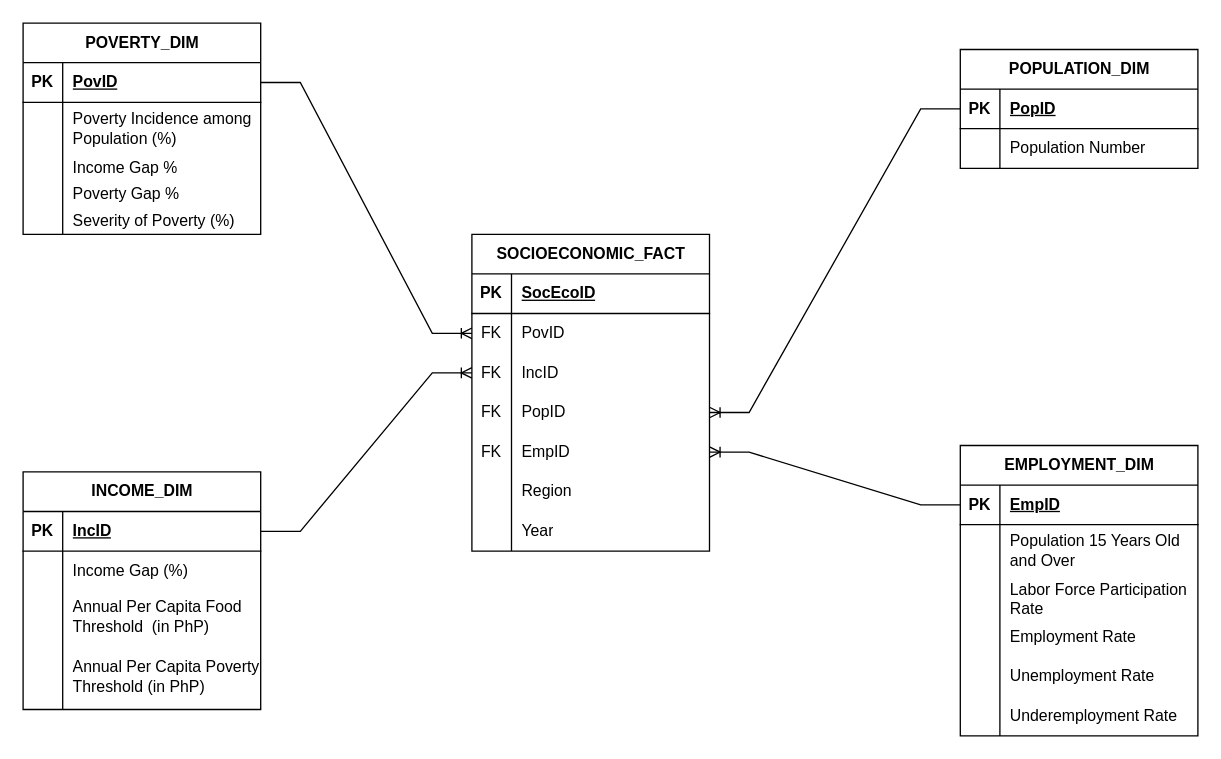
Above: page "DIM&FACT" (4 of 4) of DECapstone diagrams.drawio in vinsanity2022/SPARTACapstone (draw.io), before the change. Source tidied: cells renumbered, new cells numbered last; positions are measured from the earlier drawing's top-left corner, leaving out a move shared by most shapes. Both pictures are drawn from the tidied source at 132%, with x=0, y=0 at pixel (22, 22).
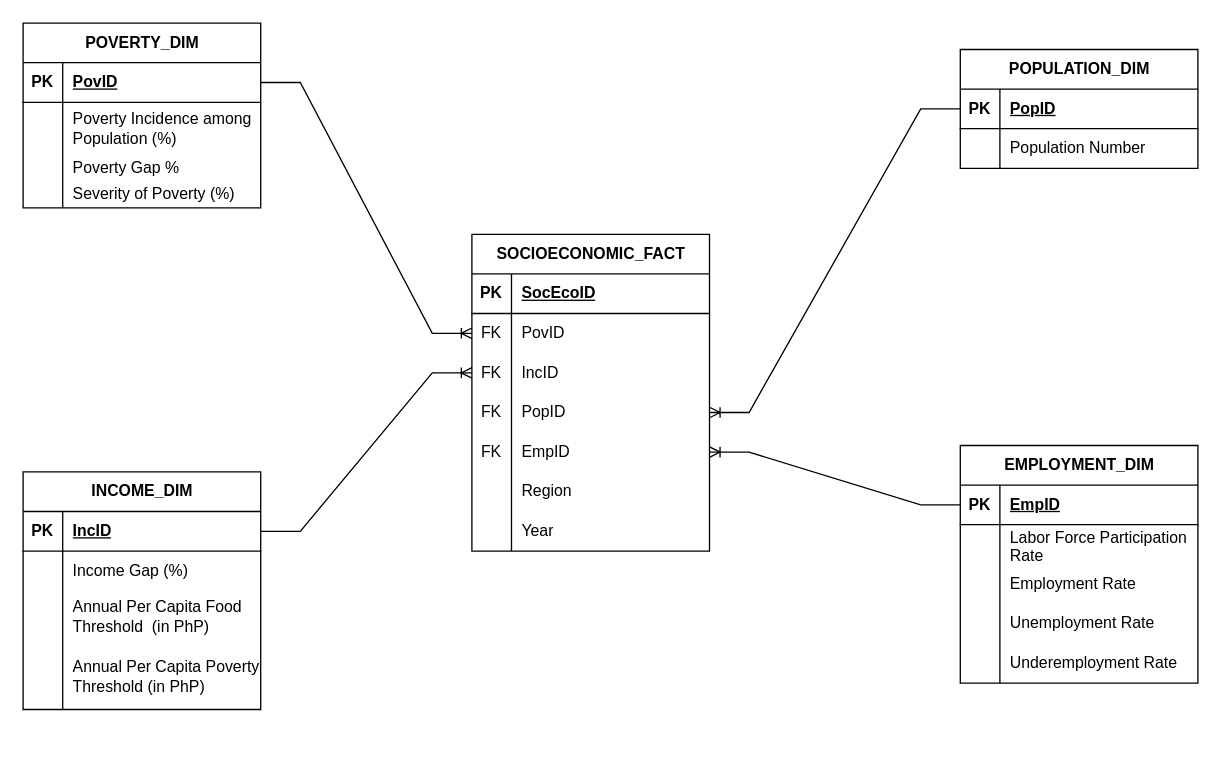
After the change.

Change to the diagram source:
```diff
@@
     <mxCell id="2" value="POVERTY_DIM" style="shape=table;startSize=30;childLayout=tableLayout;rowLines=0;fontStyle=1;align=center;html=1;" parent="1" vertex="1">
-      <mxGeometry width="180" height="160" as="geometry" />
+      <mxGeometry width="180" height="140" as="geometry" />
     </mxCell>
@@
-    <mxCell id="9" style="shape=tableRow;horizontal=0;startSize=0;swimlaneHead=0;swimlaneBody=0;fillColor=none;top=0;left=0;right=0;bottom=0;" parent="2" vertex="1">
-      <mxGeometry y="100" width="180" height="20" as="geometry" />
-    </mxCell>
-    <mxCell id="10" style="shape=partialRectangle;fillColor=none;top=0;left=0;bottom=0;right=0;overflow=hidden;whiteSpace=wrap;html=1;" parent="9" vertex="1">
-      <mxGeometry width="30" height="20" as="geometry" />
-    </mxCell>
-    <mxCell id="11" value="Income Gap %" style="shape=partialRectangle;fillColor=none;top=0;left=0;bottom=0;right=0;align=left;spacingLeft=6;overflow=hidden;whiteSpace=wrap;html=1;" parent="9" vertex="1">
-      <mxGeometry x="30" width="150" height="20" as="geometry" />
-    </mxCell>
     <mxCell id="12" style="shape=tableRow;horizontal=0;startSize=0;swimlaneHead=0;swimlaneBody=0;fillColor=none;top=0;left=0;right=0;bottom=0;" parent="2" vertex="1">
-      <mxGeometry y="120" width="180" height="20" as="geometry" />
+      <mxGeometry y="100" width="180" height="20" as="geometry" />
     </mxCell>
@@
     <mxCell id="15" style="shape=tableRow;horizontal=0;startSize=0;swimlaneHead=0;swimlaneBody=0;fillColor=none;top=0;left=0;right=0;bottom=0;" parent="2" vertex="1">
-      <mxGeometry y="140" width="180" height="20" as="geometry" />
+      <mxGeometry y="120" width="180" height="20" as="geometry" />
     </mxCell>
@@
     <mxCell id="31" value="EMPLOYMENT_DIM" style="shape=table;startSize=30;childLayout=tableLayout;rowLines=0;fontStyle=1;align=center;html=1;" parent="1" vertex="1">
-      <mxGeometry x="710" y="320" width="180" height="220" as="geometry" />
+      <mxGeometry x="710" y="320" width="180" height="180" as="geometry" />
     </mxCell>
@@
-    <mxCell id="35" style="shape=tableRow;horizontal=0;startSize=0;swimlaneHead=0;swimlaneBody=0;fillColor=none;top=0;left=0;right=0;bottom=0;" parent="31" vertex="1">
-      <mxGeometry y="60" width="180" height="40" as="geometry" />
-    </mxCell>
-    <mxCell id="36" style="shape=partialRectangle;fillColor=none;top=0;left=0;bottom=0;right=0;overflow=hidden;whiteSpace=wrap;html=1;" parent="35" vertex="1">
-      <mxGeometry width="30" height="40" as="geometry" />
-    </mxCell>
-    <mxCell id="37" value="Population 15 Years Old and Over&amp;nbsp; &amp;nbsp; &amp;nbsp; &amp;nbsp; &amp;nbsp;" style="shape=partialRectangle;fillColor=none;top=0;left=0;bottom=0;right=0;align=left;spacingLeft=6;overflow=hidden;whiteSpace=wrap;html=1;" parent="35" vertex="1">
-      <mxGeometry x="30" width="150" height="40" as="geometry" />
-    </mxCell>
     <mxCell id="38" style="shape=tableRow;horizontal=0;startSize=0;swimlaneHead=0;swimlaneBody=0;fillColor=none;top=0;left=0;right=0;bottom=0;" parent="31" vertex="1">
-      <mxGeometry y="100" width="180" height="30" as="geometry" />
+      <mxGeometry y="60" width="180" height="30" as="geometry" />
     </mxCell>
@@
     <mxCell id="41" style="shape=tableRow;horizontal=0;startSize=0;swimlaneHead=0;swimlaneBody=0;fillColor=none;top=0;left=0;right=0;bottom=0;" parent="31" vertex="1">
-      <mxGeometry y="130" width="180" height="30" as="geometry" />
+      <mxGeometry y="90" width="180" height="30" as="geometry" />
     </mxCell>
@@
     <mxCell id="44" style="shape=tableRow;horizontal=0;startSize=0;swimlaneHead=0;swimlaneBody=0;fillColor=none;top=0;left=0;right=0;bottom=0;" parent="31" vertex="1">
-      <mxGeometry y="160" width="180" height="30" as="geometry" />
+      <mxGeometry y="120" width="180" height="30" as="geometry" />
     </mxCell>
@@
     <mxCell id="47" style="shape=tableRow;horizontal=0;startSize=0;swimlaneHead=0;swimlaneBody=0;fillColor=none;top=0;left=0;right=0;bottom=0;" parent="31" vertex="1">
-      <mxGeometry y="190" width="180" height="30" as="geometry" />
+      <mxGeometry y="150" width="180" height="30" as="geometry" />
     </mxCell>
```
